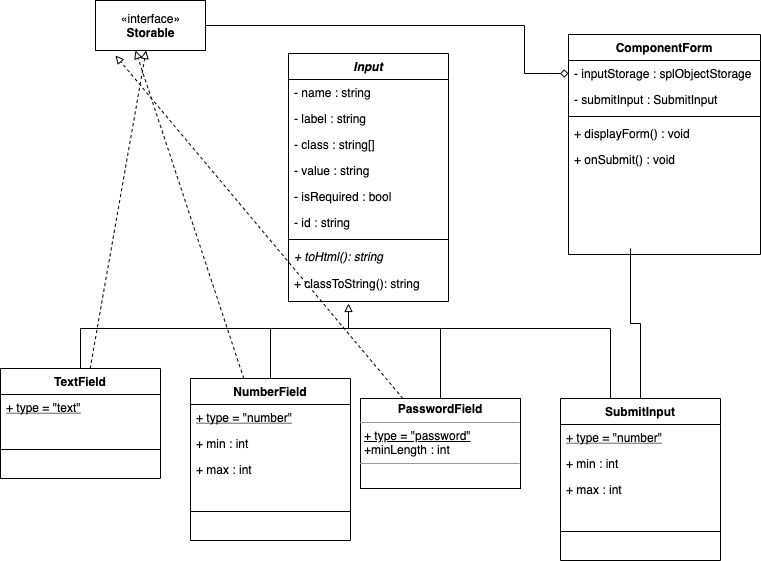
benoit82/3wa_lead_dev keeps this draw.io diagram as week05_SOLID/02-SOLID/form/docs/diagram.png. Above is the earlier version. Source tidied: cells renumbered, new cells last; positions are measured from the earlier drawing's top-left corner, leaving out a move shared by most shapes. The source it was exported from:
```xml
<mxGraphModel background="#FFFFFF">
  <root>
    <mxCell id="0" />
    <mxCell id="1" parent="0" />
    <mxCell id="2" style="edgeStyle=orthogonalEdgeStyle;rounded=0;jettySize=auto;html=1;entryX=0;entryY=0.5;entryDx=0;entryDy=0;endArrow=diamond;endFill=0;" parent="1" edge="1" source="41" target="14">
      <mxGeometry relative="1" as="geometry">
        <Array as="points">
          <mxPoint x="524" y="25" />
          <mxPoint x="524" y="73" />
          <mxPoint x="550" y="73" />
        </Array>
      </mxGeometry>
    </mxCell>
    <mxCell id="3" value="Input" style="swimlane;fontStyle=3;align=center;verticalAlign=top;horizontal=1;startSize=26;rounded=0;shadow=0;strokeWidth=1;" parent="1" vertex="1">
      <mxGeometry x="288" y="53" width="160" height="248" as="geometry" />
    </mxCell>
    <mxCell id="4" value="- name : string" style="text;align=left;verticalAlign=top;spacingLeft=4;spacingRight=4;overflow=hidden;rounded=0;shadow=0;html=0;" parent="3" vertex="1">
      <mxGeometry y="26" width="160" height="26" as="geometry" />
    </mxCell>
    <mxCell id="5" value="- label : string" style="text;align=left;verticalAlign=top;spacingLeft=4;spacingRight=4;overflow=hidden;rounded=0;shadow=0;html=0;" parent="3" vertex="1">
      <mxGeometry y="52" width="160" height="26" as="geometry" />
    </mxCell>
    <mxCell id="6" value="- class : string[]" style="text;align=left;verticalAlign=top;spacingLeft=4;spacingRight=4;overflow=hidden;rounded=0;shadow=0;html=0;" parent="3" vertex="1">
      <mxGeometry y="78" width="160" height="26" as="geometry" />
    </mxCell>
    <mxCell id="7" value="- value : string" style="text;align=left;verticalAlign=top;spacingLeft=4;spacingRight=4;overflow=hidden;rounded=0;shadow=0;html=0;" parent="3" vertex="1">
      <mxGeometry y="104" width="160" height="26" as="geometry" />
    </mxCell>
    <mxCell id="8" value="- isRequired : bool" style="text;align=left;verticalAlign=top;spacingLeft=4;spacingRight=4;overflow=hidden;rounded=0;shadow=0;html=0;" parent="3" vertex="1">
      <mxGeometry y="130" width="160" height="26" as="geometry" />
    </mxCell>
    <mxCell id="9" value="- id : string" style="text;align=left;verticalAlign=top;spacingLeft=4;spacingRight=4;overflow=hidden;rounded=0;shadow=0;html=0;" parent="3" vertex="1">
      <mxGeometry y="156" width="160" height="26" as="geometry" />
    </mxCell>
    <mxCell id="10" style="line;html=1;strokeWidth=1;align=left;verticalAlign=middle;spacingTop=-1;spacingLeft=3;spacingRight=3;labelPosition=right;" parent="3" vertex="1">
      <mxGeometry y="182" width="160" height="8" as="geometry" />
    </mxCell>
    <mxCell id="11" value="+ toHtml(): string" style="text;align=left;verticalAlign=top;spacingLeft=4;spacingRight=4;overflow=hidden;fontStyle=2;" parent="3" vertex="1">
      <mxGeometry y="190" width="160" height="27" as="geometry" />
    </mxCell>
    <mxCell id="12" value="+ classToString(): string" style="text;align=left;verticalAlign=top;spacingLeft=4;spacingRight=4;overflow=hidden;rounded=0;shadow=0;html=0;" parent="3" vertex="1">
      <mxGeometry y="217" width="160" height="26" as="geometry" />
    </mxCell>
    <mxCell id="13" value="ComponentForm" style="swimlane;fontStyle=1;align=center;verticalAlign=top;horizontal=1;startSize=26;rounded=0;shadow=0;strokeWidth=1;" parent="1" vertex="1">
      <mxGeometry x="568" y="34" width="192" height="220" as="geometry" />
    </mxCell>
    <mxCell id="14" value="- inputStorage : splObjectStorage&#10;" style="text;align=left;verticalAlign=top;spacingLeft=4;spacingRight=4;overflow=hidden;points=[[0,0.5],[1,0.5]];portConstraint=eastwest;" parent="13" vertex="1">
      <mxGeometry y="26" width="192" height="26" as="geometry" />
    </mxCell>
    <mxCell id="15" value="- submitInput : SubmitInput&#10;" style="text;align=left;verticalAlign=top;spacingLeft=4;spacingRight=4;overflow=hidden;" parent="13" vertex="1">
      <mxGeometry y="52" width="192" height="26" as="geometry" />
    </mxCell>
    <mxCell id="16" style="line;html=1;strokeWidth=1;align=left;verticalAlign=middle;spacingTop=-1;spacingLeft=3;spacingRight=3;labelPosition=right;" parent="13" vertex="1">
      <mxGeometry y="78" width="192" height="8" as="geometry" />
    </mxCell>
    <mxCell id="17" value="+ displayForm() : void" style="text;align=left;verticalAlign=top;spacingLeft=4;spacingRight=4;overflow=hidden;" parent="13" vertex="1">
      <mxGeometry y="86" width="192" height="26" as="geometry" />
    </mxCell>
    <mxCell id="18" value="+ onSubmit() : void" style="text;align=left;verticalAlign=top;spacingLeft=4;spacingRight=4;overflow=hidden;" parent="13" vertex="1">
      <mxGeometry y="112" width="192" height="26" as="geometry" />
    </mxCell>
    <mxCell id="19" style="edgeStyle=orthogonalEdgeStyle;rounded=0;jettySize=auto;html=1;endArrow=none;endFill=0;" parent="1" edge="1" source="21">
      <mxGeometry relative="1" as="geometry">
        <mxPoint x="310" y="328" as="targetPoint" />
        <Array as="points">
          <mxPoint x="440" y="328" />
          <mxPoint x="351" y="328" />
        </Array>
      </mxGeometry>
    </mxCell>
    <mxCell id="20" style="rounded=1;sketch=0;jettySize=auto;html=1;dashed=1;endArrow=block;endFill=0;" parent="1" edge="1" source="21">
      <mxGeometry relative="1" as="geometry">
        <mxPoint x="115" y="55" as="targetPoint" />
      </mxGeometry>
    </mxCell>
    <mxCell id="21" value="&lt;p style=&quot;margin: 0px ; margin-top: 4px ; text-align: center&quot;&gt;&lt;b&gt;PasswordField&lt;/b&gt;&lt;/p&gt;&lt;hr size=&quot;1&quot;&gt;&lt;p style=&quot;margin: 0px ; margin-left: 4px&quot;&gt;&lt;u&gt;+ type = &quot;password&quot;&lt;/u&gt;&lt;/p&gt;&lt;p style=&quot;margin: 0px ; margin-left: 4px&quot;&gt;+minLength : int&lt;/p&gt;&lt;hr size=&quot;1&quot;&gt;&lt;p style=&quot;margin: 0px ; margin-left: 4px&quot;&gt;&lt;br&gt;&lt;/p&gt;" style="verticalAlign=top;align=left;overflow=fill;fontSize=12;fontFamily=Helvetica;html=1;" parent="1" vertex="1">
      <mxGeometry x="360" y="398" width="160" height="90" as="geometry" />
    </mxCell>
    <mxCell id="22" style="edgeStyle=orthogonalEdgeStyle;rounded=0;jettySize=auto;html=1;endArrow=block;endFill=0;" parent="1" edge="1" source="24">
      <mxGeometry relative="1" as="geometry">
        <mxPoint x="348" y="303" as="targetPoint" />
        <Array as="points">
          <mxPoint x="80" y="328" />
          <mxPoint x="348" y="328" />
        </Array>
      </mxGeometry>
    </mxCell>
    <mxCell id="23" style="edgeStyle=none;rounded=1;sketch=0;jettySize=auto;html=1;dashed=1;endArrow=block;endFill=0;" parent="1" edge="1" source="24" target="41">
      <mxGeometry relative="1" as="geometry" />
    </mxCell>
    <mxCell id="24" value="TextField" style="swimlane;fontStyle=1;align=center;verticalAlign=top;horizontal=1;startSize=26;" parent="1" vertex="1">
      <mxGeometry y="368" width="160" height="110" as="geometry" />
    </mxCell>
    <mxCell id="25" value="+ type = &quot;text&quot;" style="text;strokeColor=none;fillColor=none;align=left;verticalAlign=top;spacingLeft=4;spacingRight=4;overflow=hidden;fontStyle=4;" parent="24" vertex="1">
      <mxGeometry y="26" width="160" height="26" as="geometry" />
    </mxCell>
    <mxCell id="26" style="line;strokeWidth=1;fillColor=none;align=left;verticalAlign=middle;spacingTop=-1;spacingLeft=3;spacingRight=3;labelPosition=right;" parent="24" vertex="1">
      <mxGeometry y="52" width="160" height="58" as="geometry" />
    </mxCell>
    <mxCell id="27" style="edgeStyle=orthogonalEdgeStyle;rounded=0;jettySize=auto;html=1;endArrow=none;endFill=0;" parent="1" edge="1" source="29">
      <mxGeometry relative="1" as="geometry">
        <mxPoint x="360" y="328" as="targetPoint" />
        <Array as="points">
          <mxPoint x="270" y="328" />
          <mxPoint x="350" y="328" />
        </Array>
      </mxGeometry>
    </mxCell>
    <mxCell id="28" style="edgeStyle=none;rounded=1;sketch=0;jettySize=auto;html=1;entryX=0.364;entryY=1;entryDx=0;entryDy=0;entryPerimeter=0;dashed=1;endArrow=block;endFill=0;" parent="1" edge="1" source="29" target="41">
      <mxGeometry relative="1" as="geometry" />
    </mxCell>
    <mxCell id="29" value="NumberField" style="swimlane;fontStyle=1;align=center;verticalAlign=top;horizontal=1;startSize=26;" parent="1" vertex="1">
      <mxGeometry x="190" y="378" width="160" height="162" as="geometry" />
    </mxCell>
    <mxCell id="30" value="+ type = &quot;number&quot;" style="text;strokeColor=none;fillColor=none;align=left;verticalAlign=top;spacingLeft=4;spacingRight=4;overflow=hidden;fontStyle=4;" parent="29" vertex="1">
      <mxGeometry y="26" width="160" height="26" as="geometry" />
    </mxCell>
    <mxCell id="31" value="+ min : int" style="text;strokeColor=none;fillColor=none;align=left;verticalAlign=top;spacingLeft=4;spacingRight=4;overflow=hidden;fontStyle=0;" parent="29" vertex="1">
      <mxGeometry y="52" width="160" height="26" as="geometry" />
    </mxCell>
    <mxCell id="32" value="+ max : int" style="text;strokeColor=none;fillColor=none;align=left;verticalAlign=top;spacingLeft=4;spacingRight=4;overflow=hidden;fontStyle=0;" parent="29" vertex="1">
      <mxGeometry y="78" width="160" height="26" as="geometry" />
    </mxCell>
    <mxCell id="33" style="line;strokeWidth=1;fillColor=none;align=left;verticalAlign=middle;spacingTop=-1;spacingLeft=3;spacingRight=3;labelPosition=right;" parent="29" vertex="1">
      <mxGeometry y="104" width="160" height="58" as="geometry" />
    </mxCell>
    <mxCell id="34" style="edgeStyle=orthogonalEdgeStyle;rounded=0;jettySize=auto;html=1;endArrow=none;endFill=0;" parent="1" edge="1" source="36">
      <mxGeometry relative="1" as="geometry">
        <mxPoint x="340" y="328" as="targetPoint" />
        <Array as="points">
          <mxPoint x="610" y="328" />
          <mxPoint x="350" y="328" />
        </Array>
      </mxGeometry>
    </mxCell>
    <mxCell id="35" style="edgeStyle=orthogonalEdgeStyle;rounded=0;jettySize=auto;html=1;endArrow=none;endFill=0;" parent="1" edge="1" source="36">
      <mxGeometry relative="1" as="geometry">
        <mxPoint x="630" y="248" as="targetPoint" />
      </mxGeometry>
    </mxCell>
    <mxCell id="36" value="SubmitInput" style="swimlane;fontStyle=1;align=center;verticalAlign=top;horizontal=1;startSize=26;" parent="1" vertex="1">
      <mxGeometry x="560" y="398" width="160" height="162" as="geometry" />
    </mxCell>
    <mxCell id="37" value="+ type = &quot;number&quot;" style="text;strokeColor=none;fillColor=none;align=left;verticalAlign=top;spacingLeft=4;spacingRight=4;overflow=hidden;fontStyle=4;" parent="36" vertex="1">
      <mxGeometry y="26" width="160" height="26" as="geometry" />
    </mxCell>
    <mxCell id="38" value="+ min : int" style="text;strokeColor=none;fillColor=none;align=left;verticalAlign=top;spacingLeft=4;spacingRight=4;overflow=hidden;fontStyle=0;" parent="36" vertex="1">
      <mxGeometry y="52" width="160" height="26" as="geometry" />
    </mxCell>
    <mxCell id="39" value="+ max : int" style="text;strokeColor=none;fillColor=none;align=left;verticalAlign=top;spacingLeft=4;spacingRight=4;overflow=hidden;fontStyle=0;" parent="36" vertex="1">
      <mxGeometry y="78" width="160" height="26" as="geometry" />
    </mxCell>
    <mxCell id="40" style="line;strokeWidth=1;fillColor=none;align=left;verticalAlign=middle;spacingTop=-1;spacingLeft=3;spacingRight=3;labelPosition=right;" parent="36" vertex="1">
      <mxGeometry y="104" width="160" height="58" as="geometry" />
    </mxCell>
    <mxCell id="41" value="«interface»&lt;br&gt;&lt;b&gt;Storable&lt;/b&gt;" style="html=1;rounded=0;sketch=0;" parent="1" vertex="1">
      <mxGeometry x="95" width="110" height="50" as="geometry" />
    </mxCell>
  </root>
</mxGraphModel>
```
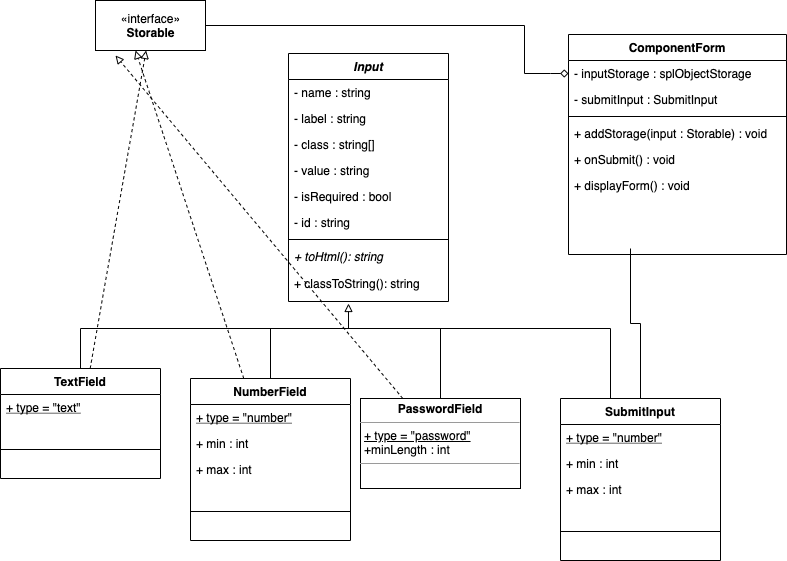
After the commit.

The edit, as a diff of the source:
```diff
@@ -42,23 +42,26 @@
       <mxGeometry y="217" width="160" height="26" as="geometry" />
     </mxCell>
     <mxCell id="13" value="ComponentForm" style="swimlane;fontStyle=1;align=center;verticalAlign=top;horizontal=1;startSize=26;rounded=0;shadow=0;strokeWidth=1;" parent="1" vertex="1">
-      <mxGeometry x="568" y="34" width="192" height="220" as="geometry" />
+      <mxGeometry x="568" y="34" width="218" height="220" as="geometry" />
     </mxCell>
     <mxCell id="14" value="- inputStorage : splObjectStorage&#10;" style="text;align=left;verticalAlign=top;spacingLeft=4;spacingRight=4;overflow=hidden;points=[[0,0.5],[1,0.5]];portConstraint=eastwest;" parent="13" vertex="1">
-      <mxGeometry y="26" width="192" height="26" as="geometry" />
+      <mxGeometry y="26" width="218" height="26" as="geometry" />
     </mxCell>
     <mxCell id="15" value="- submitInput : SubmitInput&#10;" style="text;align=left;verticalAlign=top;spacingLeft=4;spacingRight=4;overflow=hidden;" parent="13" vertex="1">
-      <mxGeometry y="52" width="192" height="26" as="geometry" />
+      <mxGeometry y="52" width="218" height="26" as="geometry" />
     </mxCell>
     <mxCell id="16" style="line;html=1;strokeWidth=1;align=left;verticalAlign=middle;spacingTop=-1;spacingLeft=3;spacingRight=3;labelPosition=right;" parent="13" vertex="1">
-      <mxGeometry y="78" width="192" height="8" as="geometry" />
+      <mxGeometry y="78" width="218" height="8" as="geometry" />
     </mxCell>
-    <mxCell id="17" value="+ displayForm() : void" style="text;align=left;verticalAlign=top;spacingLeft=4;spacingRight=4;overflow=hidden;" parent="13" vertex="1">
-      <mxGeometry y="86" width="192" height="26" as="geometry" />
+    <mxCell id="17" value="+ addStorage(input : Storable) : void" style="text;align=left;verticalAlign=top;spacingLeft=4;spacingRight=4;overflow=hidden;" parent="13" vertex="1">
+      <mxGeometry y="86" width="218" height="26" as="geometry" />
     </mxCell>
     <mxCell id="18" value="+ onSubmit() : void" style="text;align=left;verticalAlign=top;spacingLeft=4;spacingRight=4;overflow=hidden;" parent="13" vertex="1">
-      <mxGeometry y="112" width="192" height="26" as="geometry" />
+      <mxGeometry y="112" width="218" height="26" as="geometry" />
     </mxCell>
+    <mxCell id="42" value="+ displayForm() : void" style="text;align=left;verticalAlign=top;spacingLeft=4;spacingRight=4;overflow=hidden;" parent="13" vertex="1">
+      <mxGeometry y="138" width="218" height="26" as="geometry" />
+    </mxCell>
     <mxCell id="19" style="edgeStyle=orthogonalEdgeStyle;rounded=0;jettySize=auto;html=1;endArrow=none;endFill=0;" parent="1" edge="1" source="21">
       <mxGeometry relative="1" as="geometry">
         <mxPoint x="310" y="328" as="targetPoint" />
```
